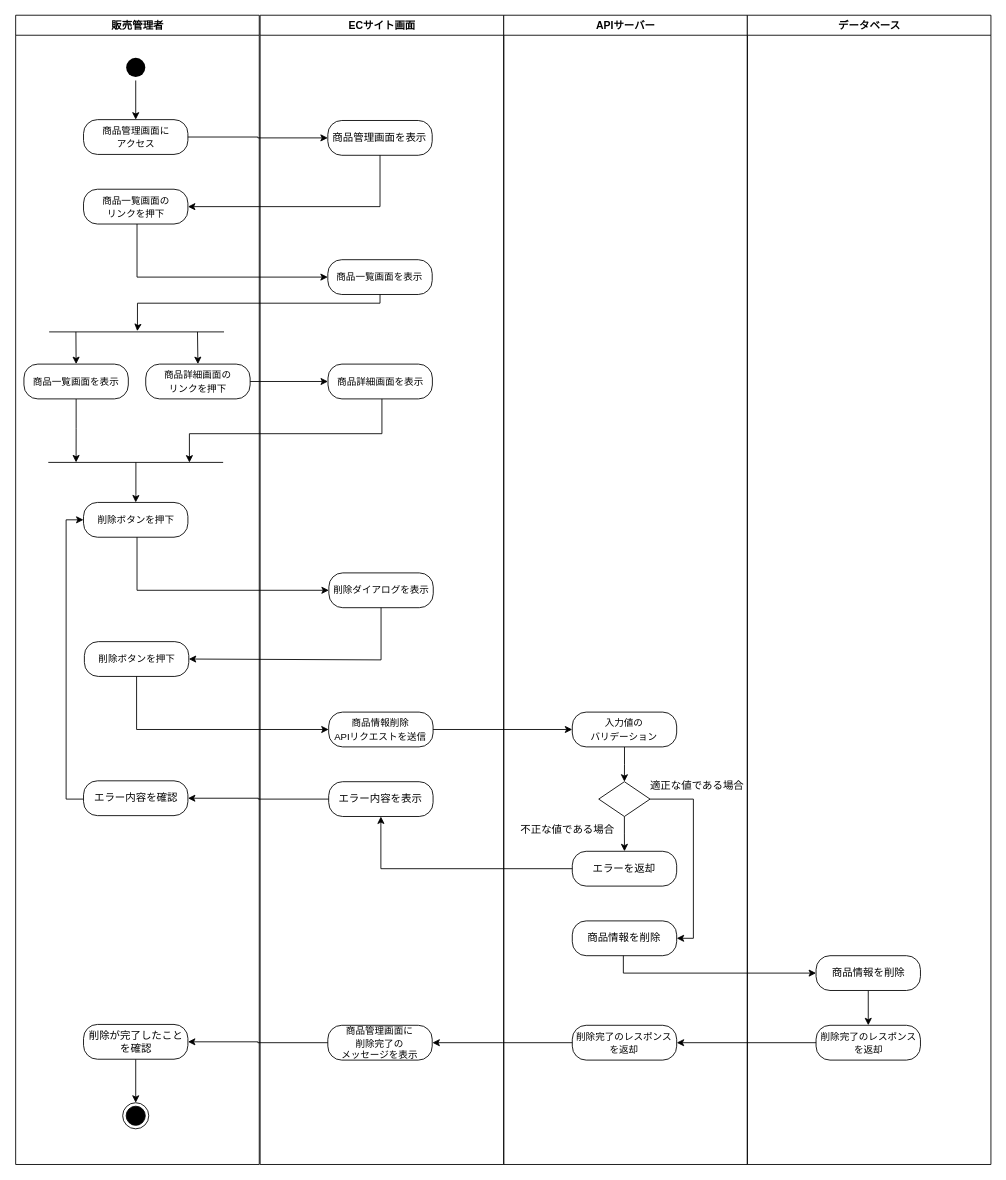
Earlier version of the draw.io diagram DML/activity_diagram/アクティビティ図_管理_商品の削除.drawio (LycorisR/EC_docs). Source tidied: cells renumbered, new cells numbered last; positions are measured from the earlier drawing's top-left corner, leaving out a move shared by most shapes. Both pictures are drawn from the tidied source at 87%, with x=0, y=0 at pixel (15, 15).
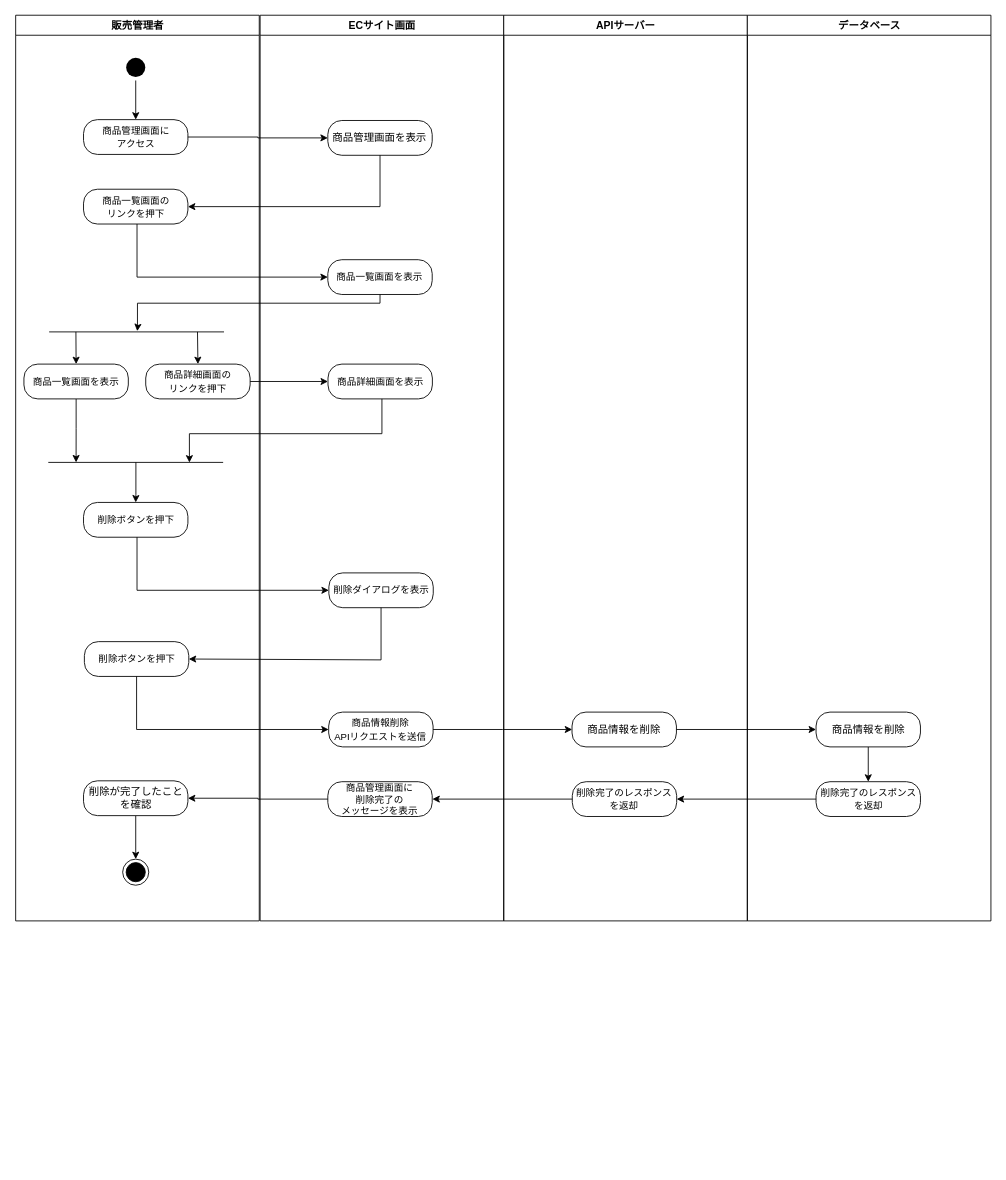
The same diagram, later.

Unchanged cells that the change refers to:
```xml
<mxCell id="7" value="&lt;span style=&quot;font-size: 11px;&quot;&gt;削除ボタンを押下&lt;/span&gt;" style="rounded=1;whiteSpace=wrap;html=1;arcSize=40;" parent="2" vertex="1">
  <mxGeometry x="78" y="560" width="120" height="40" as="geometry" />
</mxCell>
<mxCell id="29" value="&lt;div&gt;&lt;span style=&quot;font-size: 11px;&quot;&gt;商品情報削除&lt;/span&gt;&lt;/div&gt;&lt;span style=&quot;font-size: 11px;&quot;&gt;APIリクエストを送信&lt;/span&gt;" style="rounded=1;whiteSpace=wrap;html=1;arcSize=40;" parent="22" vertex="1">
  <mxGeometry x="78.8" y="801" width="120" height="40" as="geometry" />
</mxCell>
```

Change to the diagram source:
```diff
@@
     <mxCell id="2" value="販売管理者" style="swimlane;whiteSpace=wrap;" parent="1" vertex="1">
-      <mxGeometry x="0.5" width="280" height="1321" as="geometry" />
+      <mxGeometry x="0.5" width="280" height="1041" as="geometry" />
     </mxCell>
@@
-    <mxCell id="8" style="edgeStyle=orthogonalEdgeStyle;rounded=0;jettySize=auto;html=1;entryX=0;entryY=0.5;entryDx=0;entryDy=0;" parent="2" edge="1" source="9" target="7">
-      <mxGeometry relative="1" as="geometry">
-        <Array as="points">
-          <mxPoint x="58" y="901" />
-          <mxPoint x="58" y="580" />
-        </Array>
-      </mxGeometry>
-    </mxCell>
-    <mxCell id="9" value="&lt;font style=&quot;font-size: 12px;&quot;&gt;エラー内容を確認&lt;/font&gt;" style="rounded=1;whiteSpace=wrap;html=1;arcSize=40;" parent="2" vertex="1">
-      <mxGeometry x="78" y="880" width="120" height="40" as="geometry" />
-    </mxCell>
@@
     <mxCell id="11" value="削除が完了したことを確認" style="rounded=1;whiteSpace=wrap;html=1;arcSize=40;" parent="2" vertex="1">
-      <mxGeometry x="78" y="1160" width="120" height="40" as="geometry" />
+      <mxGeometry x="78" y="880" width="120" height="40" as="geometry" />
     </mxCell>
     <mxCell id="12" style="ellipse;html=1;shape=endState;fillColor=#000000;strokeColor=default;" parent="2" vertex="1">
-      <mxGeometry x="123" y="1250" width="30" height="30" as="geometry" />
+      <mxGeometry x="123" y="970" width="30" height="30" as="geometry" />
     </mxCell>
@@
     <mxCell id="22" value="ECサイト画面" style="swimlane;whiteSpace=wrap;startSize=23;" parent="1" vertex="1">
-      <mxGeometry x="281.5" width="280" height="1321" as="geometry" />
+      <mxGeometry x="281.5" width="280" height="1041" as="geometry" />
     </mxCell>
@@
-    <mxCell id="25" value="&lt;font style=&quot;font-size: 12px;&quot;&gt;エラー内容を表示&lt;/font&gt;" style="rounded=1;whiteSpace=wrap;html=1;arcSize=40;" parent="22" vertex="1">
-      <mxGeometry x="78.8" y="881" width="120" height="40" as="geometry" />
-    </mxCell>
     <mxCell id="26" value="&lt;font style=&quot;font-size: 11px;&quot;&gt;商品管理画面に&lt;/font&gt;&lt;div style=&quot;font-size: 11px;&quot;&gt;&lt;font style=&quot;font-size: 11px;&quot;&gt;削除完了の&lt;/font&gt;&lt;/div&gt;&lt;div style=&quot;font-size: 11px;&quot;&gt;&lt;font style=&quot;font-size: 11px;&quot;&gt;メッセージを表示&lt;/font&gt;&lt;/div&gt;" style="rounded=1;whiteSpace=wrap;html=1;arcSize=40;" parent="22" vertex="1">
-      <mxGeometry x="77.8" y="1161" width="120" height="40" as="geometry" />
+      <mxGeometry x="77.8" y="881" width="120" height="40" as="geometry" />
     </mxCell>
@@
     <mxCell id="30" value="APIサーバー" style="swimlane;whiteSpace=wrap;startSize=23;" parent="1" vertex="1">
-      <mxGeometry x="561.5" width="280" height="1321" as="geometry" />
+      <mxGeometry x="561.5" width="280" height="1041" as="geometry" />
     </mxCell>
-    <mxCell id="31" style="edgeStyle=orthogonalEdgeStyle;rounded=0;jettySize=auto;html=1;entryX=0.5;entryY=0;entryDx=0;entryDy=0;" parent="30" edge="1" source="32" target="35">
-      <mxGeometry relative="1" as="geometry" />
-    </mxCell>
-    <mxCell id="32" value="&lt;span style=&quot;font-size: 11px;&quot;&gt;入力値の&lt;/span&gt;&lt;div&gt;&lt;span style=&quot;font-size: 11px;&quot;&gt;バリデーション&lt;/span&gt;&lt;/div&gt;" style="rounded=1;whiteSpace=wrap;html=1;arcSize=40;" parent="30" vertex="1">
-      <mxGeometry x="78.8" y="801" width="120" height="40" as="geometry" />
-    </mxCell>
-    <mxCell id="33" style="edgeStyle=orthogonalEdgeStyle;rounded=0;jettySize=auto;html=1;entryX=0.5;entryY=0;entryDx=0;entryDy=0;" parent="30" edge="1" source="35" target="36">
-      <mxGeometry relative="1" as="geometry" />
-    </mxCell>
-    <mxCell id="34" style="edgeStyle=orthogonalEdgeStyle;rounded=0;jettySize=auto;html=1;entryX=1;entryY=0.5;entryDx=0;entryDy=0;" parent="30" edge="1" source="35" target="37">
-      <mxGeometry relative="1" as="geometry">
-        <Array as="points">
-          <mxPoint x="218" y="901" />
-          <mxPoint x="218" y="1061" />
-        </Array>
-      </mxGeometry>
-    </mxCell>
-    <mxCell id="35" style="rhombus;whiteSpace=wrap;html=1;" parent="30" vertex="1">
-      <mxGeometry x="109.2" y="881" width="59" height="40" as="geometry" />
-    </mxCell>
-    <mxCell id="36" value="&lt;font style=&quot;font-size: 12px;&quot;&gt;エラーを返却&lt;/font&gt;" style="rounded=1;whiteSpace=wrap;html=1;arcSize=40;" parent="30" vertex="1">
-      <mxGeometry x="78.8" y="961" width="120" height="40" as="geometry" />
-    </mxCell>
+    <mxCell id="40" value="&lt;span style=&quot;font-size: 11px;&quot;&gt;削除完了のレスポンス&lt;/span&gt;&lt;div&gt;&lt;span style=&quot;font-size: 11px;&quot;&gt;を返却&lt;/span&gt;&lt;/div&gt;" style="rounded=1;whiteSpace=wrap;html=1;arcSize=40;" parent="30" vertex="1">
+      <mxGeometry x="78.8" y="881" width="120" height="40" as="geometry" />
+    </mxCell>
     <mxCell id="37" value="&lt;font style=&quot;font-size: 12px;&quot;&gt;商品情報を削除&lt;/font&gt;" style="rounded=1;whiteSpace=wrap;html=1;arcSize=40;" parent="30" vertex="1">
-      <mxGeometry x="78.8" y="1041" width="120" height="40" as="geometry" />
+      <mxGeometry x="78.5" y="801" width="120" height="40" as="geometry" />
     </mxCell>
-    <mxCell id="38" value="適正な値である場合" style="text;html=1;align=center;verticalAlign=middle;whiteSpace=wrap;rounded=0;" parent="30" vertex="1">
-      <mxGeometry x="167.2" y="871" width="110" height="30" as="geometry" />
-    </mxCell>
-    <mxCell id="39" value="不正な値である場合" style="text;html=1;align=center;verticalAlign=middle;whiteSpace=wrap;rounded=0;" parent="30" vertex="1">
-      <mxGeometry x="18.5" y="921" width="110" height="30" as="geometry" />
-    </mxCell>
-    <mxCell id="40" value="&lt;span style=&quot;font-size: 11px;&quot;&gt;削除完了のレスポンス&lt;/span&gt;&lt;div&gt;&lt;span style=&quot;font-size: 11px;&quot;&gt;を返却&lt;/span&gt;&lt;/div&gt;" style="rounded=1;whiteSpace=wrap;html=1;arcSize=40;" parent="30" vertex="1">
-      <mxGeometry x="78.8" y="1161" width="120" height="40" as="geometry" />
-    </mxCell>
     <mxCell id="41" value="データベース" style="swimlane;whiteSpace=wrap;startSize=23;" parent="1" vertex="1">
-      <mxGeometry x="841.5" width="280" height="1321" as="geometry" />
+      <mxGeometry x="841.5" width="280" height="1041" as="geometry" />
     </mxCell>
@@
     <mxCell id="43" value="&lt;font style=&quot;font-size: 12px;&quot;&gt;商品情報を削除&lt;/font&gt;" style="rounded=1;whiteSpace=wrap;html=1;arcSize=40;" parent="41" vertex="1">
-      <mxGeometry x="79" y="1081" width="120" height="40" as="geometry" />
+      <mxGeometry x="79" y="801" width="120" height="40" as="geometry" />
     </mxCell>
     <mxCell id="44" value="&lt;span style=&quot;font-size: 11px;&quot;&gt;削除完了のレスポンス&lt;/span&gt;&lt;div&gt;&lt;span style=&quot;font-size: 11px;&quot;&gt;を返却&lt;/span&gt;&lt;/div&gt;" style="rounded=1;whiteSpace=wrap;html=1;arcSize=40;" parent="41" vertex="1">
-      <mxGeometry x="79" y="1161" width="120" height="40" as="geometry" />
+      <mxGeometry x="79" y="881" width="120" height="40" as="geometry" />
     </mxCell>
@@
-    <mxCell id="47" style="edgeStyle=orthogonalEdgeStyle;rounded=0;jettySize=auto;html=1;entryX=1;entryY=0.5;entryDx=0;entryDy=0;" parent="1" edge="1" source="25" target="9">
-      <mxGeometry relative="1" as="geometry" />
-    </mxCell>
-    <mxCell id="48" style="edgeStyle=orthogonalEdgeStyle;rounded=0;jettySize=auto;html=1;entryX=0.5;entryY=1;entryDx=0;entryDy=0;" parent="1" edge="1" source="36" target="25">
-      <mxGeometry relative="1" as="geometry" />
-    </mxCell>
-    <mxCell id="49" style="edgeStyle=orthogonalEdgeStyle;rounded=0;jettySize=auto;html=1;entryX=0;entryY=0.5;entryDx=0;entryDy=0;" parent="1" edge="1" source="37" target="43">
-      <mxGeometry relative="1" as="geometry">
-        <Array as="points">
-          <mxPoint x="699" y="1101" />
-        </Array>
-      </mxGeometry>
-    </mxCell>
     <mxCell id="50" style="edgeStyle=orthogonalEdgeStyle;rounded=0;jettySize=auto;html=1;entryX=1;entryY=0.5;entryDx=0;entryDy=0;" parent="1" edge="1" source="40">
       <mxGeometry relative="1" as="geometry">
-        <mxPoint x="479.5" y="1181" as="targetPoint" />
+        <mxPoint x="479.5" y="901" as="targetPoint" />
       </mxGeometry>
     </mxCell>
@@
-    <mxCell id="59" style="edgeStyle=orthogonalEdgeStyle;rounded=0;jettySize=auto;html=1;entryX=0;entryY=0.5;entryDx=0;entryDy=0;" parent="1" edge="1" source="29" target="32">
-      <mxGeometry relative="1" as="geometry" />
+    <mxCell id="59" style="edgeStyle=orthogonalEdgeStyle;rounded=0;jettySize=auto;html=1;entryX=0;entryY=0.5;entryDx=0;entryDy=0;" parent="1" edge="1" source="29">
+      <mxGeometry relative="1" as="geometry">
+        <mxPoint x="640.2" y="821" as="targetPoint" />
+      </mxGeometry>
     </mxCell>
@@
+    <mxCell id="49" style="edgeStyle=orthogonalEdgeStyle;rounded=0;jettySize=auto;html=1;entryX=0;entryY=0.5;entryDx=0;entryDy=0;" parent="1" edge="1" source="37" target="43">
+      <mxGeometry relative="1" as="geometry" />
+    </mxCell>
```
